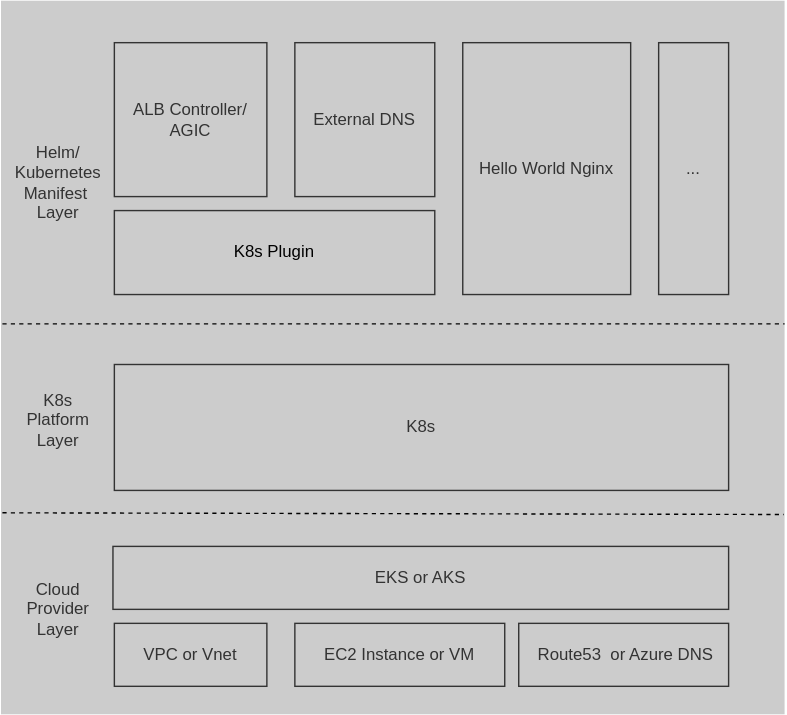
flo-kn/cloud-agnostic-container-mgmt keeps this draw.io diagram as images/cloud-agnostic-tech-stack-without-dirs.svg. Above is the earlier version. Source tidied: cells renumbered, new cells last; positions are measured from the earlier drawing's top-left corner, leaving out a move shared by most shapes. The source it was exported from:
```xml
<mxGraphModel>
  <root>
    <mxCell id="0" />
    <mxCell id="1" parent="0" />
    <mxCell id="2" style="rounded=0;whiteSpace=wrap;html=1;fontColor=default;strokeColor=none;fillColor=#CCCCCC;" parent="1" vertex="1">
      <mxGeometry width="560" height="510" as="geometry" />
    </mxCell>
    <mxCell id="3" style="endArrow=none;dashed=1;html=1;" parent="1" edge="1">
      <mxGeometry relative="1" as="geometry">
        <mxPoint x="1" y="231" as="sourcePoint" />
        <mxPoint x="560" y="231" as="targetPoint" />
      </mxGeometry>
    </mxCell>
    <mxCell id="4" style="endArrow=none;dashed=1;html=1;entryX=0.999;entryY=0.72;entryDx=0;entryDy=0;entryPerimeter=0;" parent="1" edge="1" target="2">
      <mxGeometry relative="1" as="geometry">
        <mxPoint x="1" y="366" as="sourcePoint" />
      </mxGeometry>
    </mxCell>
    <mxCell id="5" value="Helm/&lt;br&gt;Kubernetes Manifest&amp;nbsp; Layer" style="text;html=1;strokeColor=none;fillColor=none;align=center;verticalAlign=middle;whiteSpace=wrap;rounded=0;fontColor=#333333;" parent="1" vertex="1">
      <mxGeometry x="21" y="120" width="40" height="20" as="geometry" />
    </mxCell>
    <mxCell id="6" value="K8s Platform&lt;br&gt;Layer" style="text;html=1;strokeColor=none;fillColor=none;align=center;verticalAlign=middle;whiteSpace=wrap;rounded=0;fontColor=#333333;" parent="1" vertex="1">
      <mxGeometry x="21" y="290" width="40" height="20" as="geometry" />
    </mxCell>
    <mxCell id="7" value="Cloud Provider&lt;br&gt;Layer" style="text;html=1;strokeColor=none;fillColor=none;align=center;verticalAlign=middle;whiteSpace=wrap;rounded=0;fontColor=#333333;" parent="1" vertex="1">
      <mxGeometry x="21" y="425" width="40" height="20" as="geometry" />
    </mxCell>
    <mxCell id="8" value="K8s" style="rounded=0;whiteSpace=wrap;html=1;fillColor=none;strokeColor=#333333;fontColor=#333333;" parent="1" vertex="1">
      <mxGeometry x="81" y="260" width="439" height="90" as="geometry" />
    </mxCell>
    <mxCell id="9" value="EKS or AKS" style="rounded=0;whiteSpace=wrap;html=1;fillColor=none;strokeColor=#333333;fontColor=#333333;" parent="1" vertex="1">
      <mxGeometry x="80" y="390" width="440" height="45" as="geometry" />
    </mxCell>
    <mxCell id="10" value="VPC or Vnet" style="rounded=0;whiteSpace=wrap;html=1;fillColor=none;strokeColor=#333333;fontColor=#333333;" parent="1" vertex="1">
      <mxGeometry x="81" y="445" width="109" height="45" as="geometry" />
    </mxCell>
    <mxCell id="11" value="EC2 Instance or VM" style="rounded=0;whiteSpace=wrap;html=1;fillColor=none;strokeColor=#333333;fontColor=#333333;" parent="1" vertex="1">
      <mxGeometry x="210" y="445" width="150" height="45" as="geometry" />
    </mxCell>
    <mxCell id="12" value="&amp;nbsp;Route53&amp;nbsp; or Azure DNS" style="rounded=0;whiteSpace=wrap;html=1;fillColor=none;strokeColor=#333333;fontColor=#333333;" parent="1" vertex="1">
      <mxGeometry x="370" y="445" width="150" height="45" as="geometry" />
    </mxCell>
    <mxCell id="13" value="K8s Plugin" style="rounded=0;whiteSpace=wrap;html=1;fillColor=none;strokeColor=#333333;" parent="1" vertex="1">
      <mxGeometry x="81" y="150" width="229" height="60" as="geometry" />
    </mxCell>
    <mxCell id="14" value="Hello World Nginx" style="rounded=0;whiteSpace=wrap;html=1;fillColor=none;strokeColor=#333333;fontColor=#333333;" parent="1" vertex="1">
      <mxGeometry x="330" y="30" width="120" height="180" as="geometry" />
    </mxCell>
    <mxCell id="15" value="..." style="rounded=0;whiteSpace=wrap;html=1;fillColor=none;strokeColor=#333333;fontColor=#333333;" parent="1" vertex="1">
      <mxGeometry x="470" y="30" width="50" height="180" as="geometry" />
    </mxCell>
    <mxCell id="16" value="External DNS" style="rounded=0;whiteSpace=wrap;html=1;fillColor=none;strokeColor=#333333;fontColor=#333333;" parent="1" vertex="1">
      <mxGeometry x="210" y="30" width="100" height="110" as="geometry" />
    </mxCell>
    <mxCell id="17" value="ALB Controller/ AGIC" style="rounded=0;whiteSpace=wrap;html=1;fillColor=none;strokeColor=#333333;fontColor=#333333;" parent="1" vertex="1">
      <mxGeometry x="81" y="30" width="109" height="110" as="geometry" />
    </mxCell>
  </root>
</mxGraphModel>
```
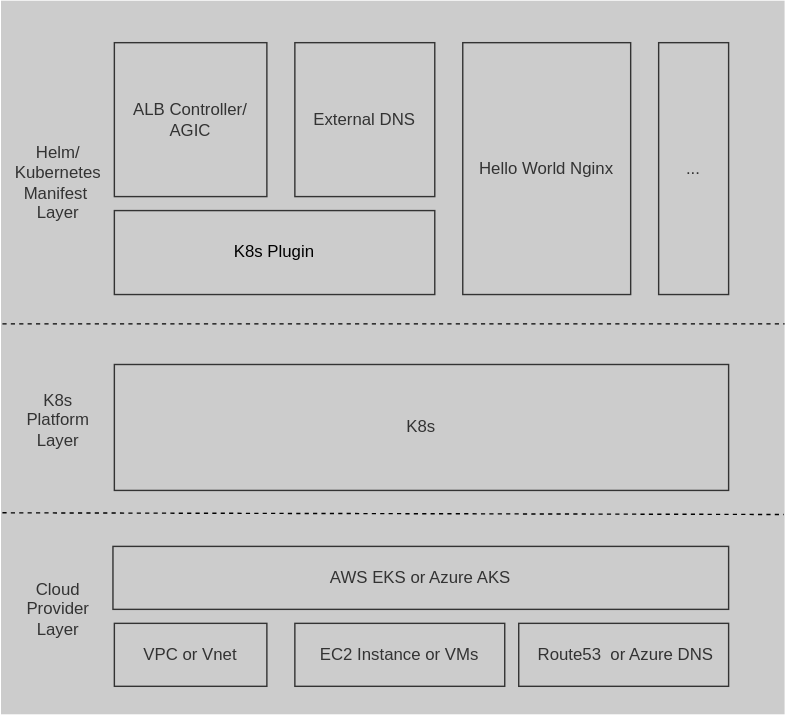
Later version of the same file.

Diff of the diagram source:
```diff
@@ -28,13 +28,13 @@
     <mxCell id="8" value="K8s" style="rounded=0;whiteSpace=wrap;html=1;fillColor=none;strokeColor=#333333;fontColor=#333333;" parent="1" vertex="1">
       <mxGeometry x="81" y="260" width="439" height="90" as="geometry" />
     </mxCell>
-    <mxCell id="9" value="EKS or AKS" style="rounded=0;whiteSpace=wrap;html=1;fillColor=none;strokeColor=#333333;fontColor=#333333;" parent="1" vertex="1">
+    <mxCell id="9" value="AWS EKS or Azure AKS" style="rounded=0;whiteSpace=wrap;html=1;fillColor=none;strokeColor=#333333;fontColor=#333333;" parent="1" vertex="1">
       <mxGeometry x="80" y="390" width="440" height="45" as="geometry" />
     </mxCell>
     <mxCell id="10" value="VPC or Vnet" style="rounded=0;whiteSpace=wrap;html=1;fillColor=none;strokeColor=#333333;fontColor=#333333;" parent="1" vertex="1">
       <mxGeometry x="81" y="445" width="109" height="45" as="geometry" />
     </mxCell>
-    <mxCell id="11" value="EC2 Instance or VM" style="rounded=0;whiteSpace=wrap;html=1;fillColor=none;strokeColor=#333333;fontColor=#333333;" parent="1" vertex="1">
+    <mxCell id="11" value="EC2 Instance or VMs" style="rounded=0;whiteSpace=wrap;html=1;fillColor=none;strokeColor=#333333;fontColor=#333333;" parent="1" vertex="1">
       <mxGeometry x="210" y="445" width="150" height="45" as="geometry" />
     </mxCell>
     <mxCell id="12" value="&amp;nbsp;Route53&amp;nbsp; or Azure DNS" style="rounded=0;whiteSpace=wrap;html=1;fillColor=none;strokeColor=#333333;fontColor=#333333;" parent="1" vertex="1">
```
